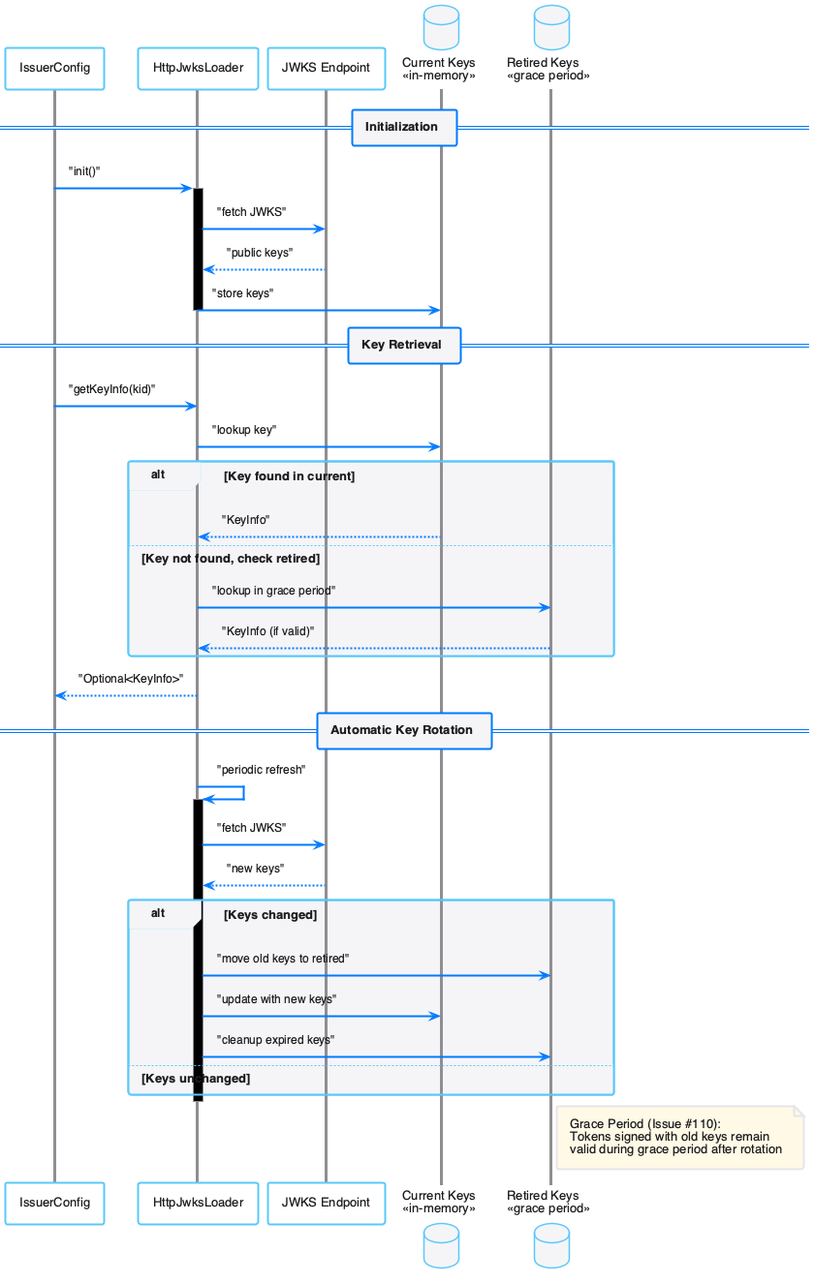
Above: doc/plantuml/key-management.png in cuioss/TokenSheriff (PlantUML), before the change. Its diagram source:
```plantuml
@startuml
!include plantuml.skin

participant "IssuerConfig" as IssuerConfig
participant "HttpJwksLoader" as HttpLoader
participant "JWKS Endpoint" as Endpoint
database "Current Keys\n<<in-memory>>" as CurrentKeys
database "Retired Keys\n<<grace period>>" as RetiredKeys

== Initialization ==

IssuerConfig -> HttpLoader : "init()"
activate HttpLoader
HttpLoader -> Endpoint : "fetch JWKS"
Endpoint --> HttpLoader : "public keys"
HttpLoader -> CurrentKeys : "store keys"
deactivate HttpLoader

== Key Retrieval ==

IssuerConfig -> HttpLoader : "getKeyInfo(kid)"
HttpLoader -> CurrentKeys : "lookup key"
alt Key found in current
    CurrentKeys --> HttpLoader : "KeyInfo"
else Key not found, check retired
    HttpLoader -> RetiredKeys : "lookup in grace period"
    RetiredKeys --> HttpLoader : "KeyInfo (if valid)"
end
HttpLoader --> IssuerConfig : "Optional<KeyInfo>"

== Automatic Key Rotation ==

HttpLoader -> HttpLoader : "periodic refresh"
activate HttpLoader
HttpLoader -> Endpoint : "fetch JWKS"
Endpoint --> HttpLoader : "new keys"

alt Keys changed
    HttpLoader -> RetiredKeys : "move old keys to retired"
    HttpLoader -> CurrentKeys : "update with new keys"
    HttpLoader -> RetiredKeys : "cleanup expired keys"
else Keys unchanged
    note right: No rotation needed
end
deactivate HttpLoader

note right of RetiredKeys
  Grace Period (Issue #110):
  Tokens signed with old keys remain
  valid during grace period after rotation
end note

@enduml
```
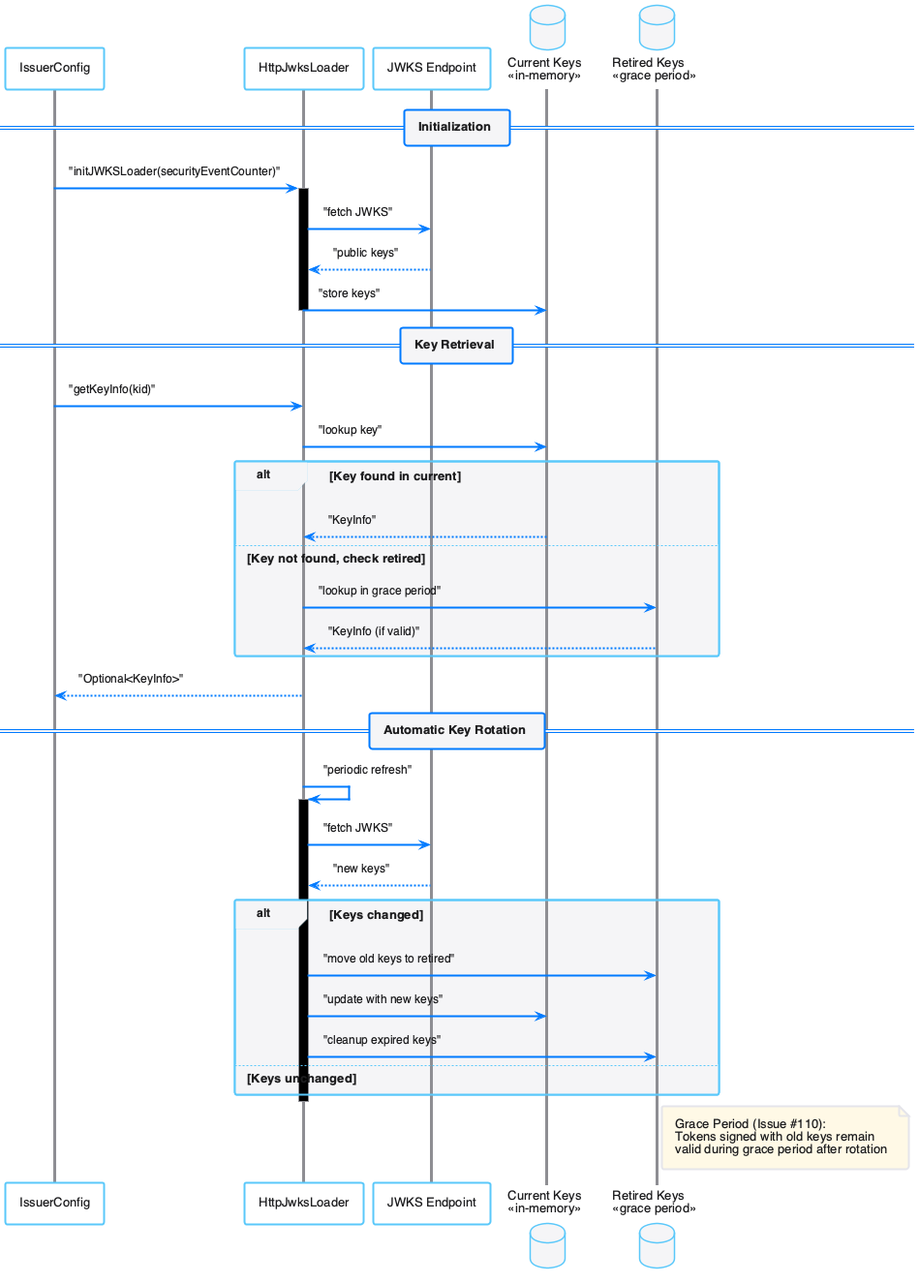
Later version of the same file.

What changed in the source:
```diff
@@ -9,7 +9,7 @@
 
 == Initialization ==
 
-IssuerConfig -> HttpLoader : "init()"
+IssuerConfig -> HttpLoader : "initJWKSLoader(securityEventCounter)"
 activate HttpLoader
 HttpLoader -> Endpoint : "fetch JWKS"
 Endpoint --> HttpLoader : "public keys"
```
